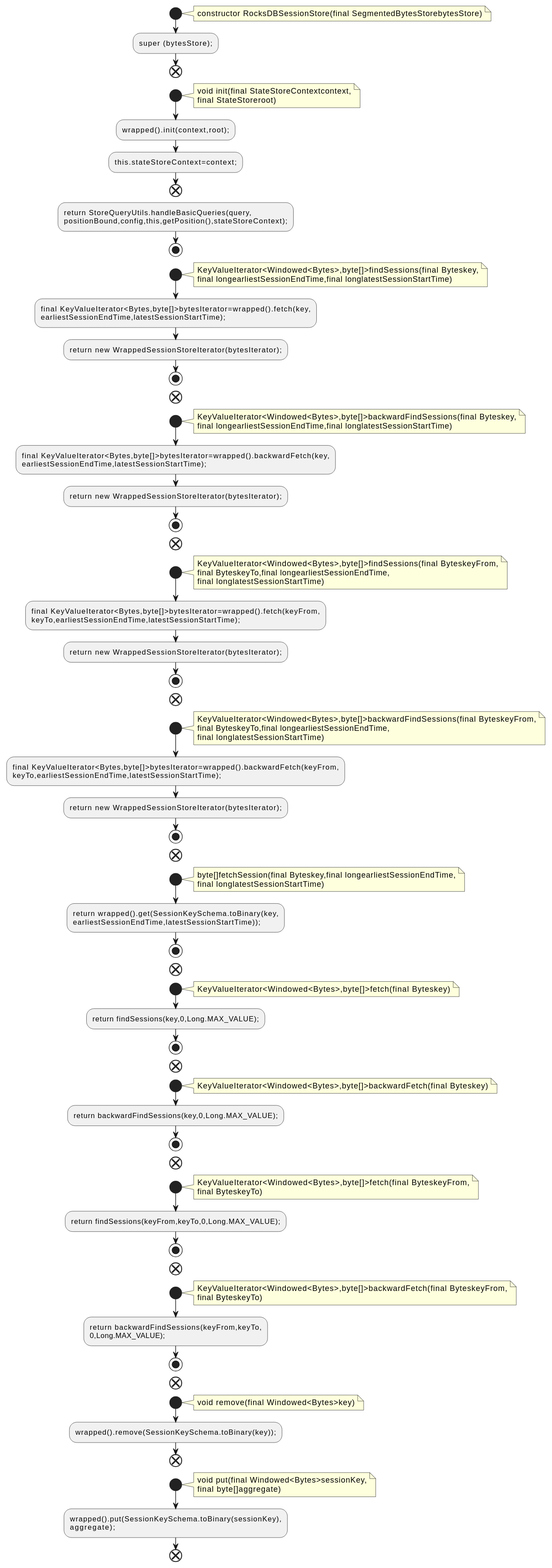
This is docs/qc/streams/src/main/java/org/apache/kafka/streams/state/internals/RocksDBSessionStore.java.fct.svg from qualitesys/kafka, a PlantUML export, as it was before one commit.
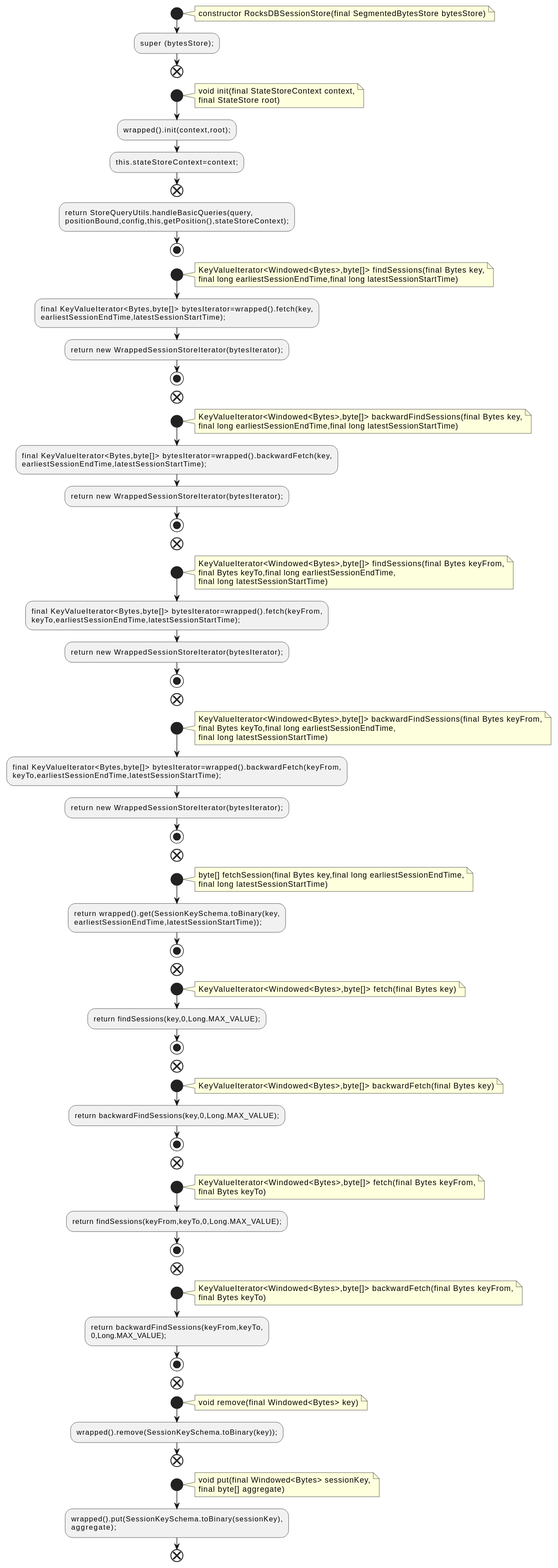
Later version of the same file.

What changed in the source:
```diff
@@ -2,14 +2,14 @@
 !pragma layout smetana
 start
 note right
-constructor RocksDBSessionStore(final SegmentedBytesStorebytesStore)
+constructor RocksDBSessionStore(final SegmentedBytesStore bytesStore)
 end note
 :super (bytesStore);;
 end
 start
 note right
-void init(final StateStoreContextcontext,
-final StateStoreroot)
+void init(final StateStoreContext context,
+final StateStore root)
 end note
 :wrapped().init(context,root);;
 :this.stateStoreContext=context;;
@@ -19,50 +19,50 @@
 stop
 start
 note right
-KeyValueIterator<Windowed<Bytes>,byte[]>findSessions(final Byteskey,
-final longearliestSessionEndTime,final longlatestSessionStartTime)
+KeyValueIterator<Windowed<Bytes>,byte[]> findSessions(final Bytes key,
+final long earliestSessionEndTime,final long latestSessionStartTime)
 end note
-:final KeyValueIterator<Bytes,byte[]>bytesIterator=wrapped().fetch(key,
+:final KeyValueIterator<Bytes,byte[]> bytesIterator=wrapped().fetch(key,
 earliestSessionEndTime,latestSessionStartTime);;
 :return new WrappedSessionStoreIterator(bytesIterator);;
 stop
 end
 start
 note right
-KeyValueIterator<Windowed<Bytes>,byte[]>backwardFindSessions(final Byteskey,
-final longearliestSessionEndTime,final longlatestSessionStartTime)
+KeyValueIterator<Windowed<Bytes>,byte[]> backwardFindSessions(final Bytes key,
+final long earliestSessionEndTime,final long latestSessionStartTime)
 end note
-:final KeyValueIterator<Bytes,byte[]>bytesIterator=wrapped().backwardFetch(key,
+:final KeyValueIterator<Bytes,byte[]> bytesIterator=wrapped().backwardFetch(key,
 earliestSessionEndTime,latestSessionStartTime);;
 :return new WrappedSessionStoreIterator(bytesIterator);;
 stop
 end
 start
 note right
-KeyValueIterator<Windowed<Bytes>,byte[]>findSessions(final ByteskeyFrom,
-final ByteskeyTo,final longearliestSessionEndTime,
-final longlatestSessionStartTime)
+KeyValueIterator<Windowed<Bytes>,byte[]> findSessions(final Bytes keyFrom,
+final Bytes keyTo,final long earliestSessionEndTime,
+final long latestSessionStartTime)
 end note
-:final KeyValueIterator<Bytes,byte[]>bytesIterator=wrapped().fetch(keyFrom,
+:final KeyValueIterator<Bytes,byte[]> bytesIterator=wrapped().fetch(keyFrom,
 keyTo,earliestSessionEndTime,latestSessionStartTime);;
 :return new WrappedSessionStoreIterator(bytesIterator);;
 stop
 end
 start
 note right
-KeyValueIterator<Windowed<Bytes>,byte[]>backwardFindSessions(final ByteskeyFrom,
-final ByteskeyTo,final longearliestSessionEndTime,
-final longlatestSessionStartTime)
+KeyValueIterator<Windowed<Bytes>,byte[]> backwardFindSessions(final Bytes keyFrom,
+final Bytes keyTo,final long earliestSessionEndTime,
+final long latestSessionStartTime)
 end note
-:final KeyValueIterator<Bytes,byte[]>bytesIterator=wrapped().backwardFetch(keyFrom,
+:final KeyValueIterator<Bytes,byte[]> bytesIterator=wrapped().backwardFetch(keyFrom,
 keyTo,earliestSessionEndTime,latestSessionStartTime);;
 :return new WrappedSessionStoreIterator(bytesIterator);;
 stop
 end
 start
 note right
-byte[]fetchSession(final Byteskey,final longearliestSessionEndTime,
-final longlatestSessionStartTime)
+byte[] fetchSession(final Bytes key,final long earliestSessionEndTime,
+final long latestSessionStartTime)
 end note
 :return wrapped().get(SessionKeySchema.toBinary(key,
 earliestSessionEndTime,latestSessionStartTime));;
@@ -70,30 +70,30 @@
 end
 start
 note right
-KeyValueIterator<Windowed<Bytes>,byte[]>fetch(final Byteskey)
+KeyValueIterator<Windowed<Bytes>,byte[]> fetch(final Bytes key)
 end note
 :return findSessions(key,0,Long.MAX_VALUE);;
 stop
 end
 start
 note right
-KeyValueIterator<Windowed<Bytes>,byte[]>backwardFetch(final Byteskey)
+KeyValueIterator<Windowed<Bytes>,byte[]> backwardFetch(final Bytes key)
 end note
 :return backwardFindSessions(key,0,Long.MAX_VALUE);;
 stop
 end
 start
 note right
-KeyValueIterator<Windowed<Bytes>,byte[]>fetch(final ByteskeyFrom,
-final ByteskeyTo)
+KeyValueIterator<Windowed<Bytes>,byte[]> fetch(final Bytes keyFrom,
+final Bytes keyTo)
 end note
 :return findSessions(keyFrom,keyTo,0,Long.MAX_VALUE);;
 stop
 end
 start
 note right
-KeyValueIterator<Windowed<Bytes>,byte[]>backwardFetch(final ByteskeyFrom,
-final ByteskeyTo)
+KeyValueIterator<Windowed<Bytes>,byte[]> backwardFetch(final Bytes keyFrom,
+final Bytes keyTo)
 end note
 :return backwardFindSessions(keyFrom,keyTo,
 0,Long.MAX_VALUE);;
@@ -101,14 +101,14 @@
 end
 start
 note right
-void remove(final Windowed<Bytes>key)
+void remove(final Windowed<Bytes> key)
 end note
 :wrapped().remove(SessionKeySchema.toBinary(key));;
 end
 start
 note right
-void put(final Windowed<Bytes>sessionKey,
-final byte[]aggregate)
+void put(final Windowed<Bytes> sessionKey,
+final byte[] aggregate)
 end note
 :wrapped().put(SessionKeySchema.toBinary(sessionKey),
 aggregate);;
```
